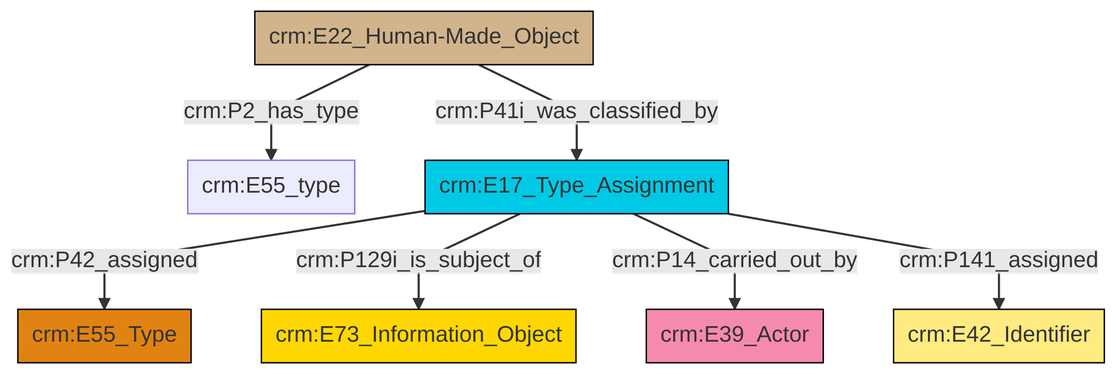
Above: et/builtWorkCSV/ttl/mmd/png/Built_Work_designation_status.png in swiss-art-research-net/docs.swissartresearch (Mermaid), before the change. Its source is kept beside it as et/builtWorkCSV/ttl/mmd/Built_Work_designation_status.ttl.mmd.
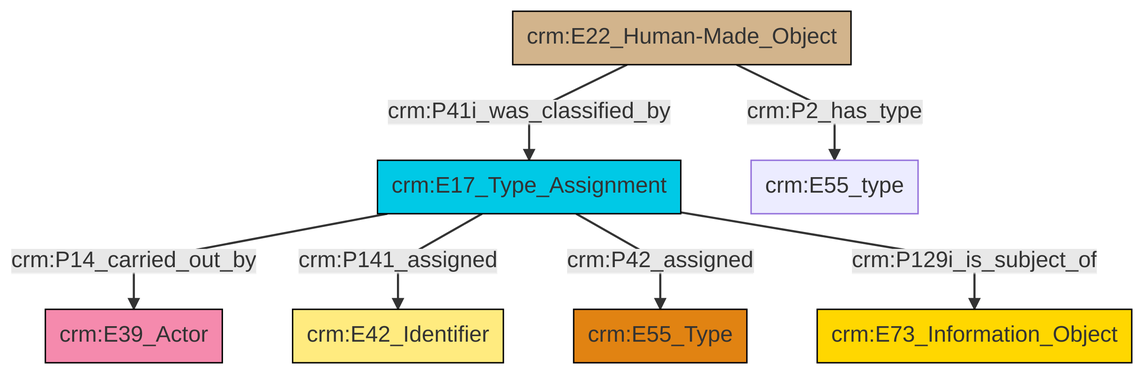
After the commit.

What changed in the source:
```diff
@@ -13,9 +13,9 @@
 classDef PC_Classes fill:#4ce600, stroke:#000000;
 classDef Multi fill:#cccccc,stroke:#000000;
 
-2["crm:E17_Type_Assignment"]:::Temporal_Entity -->|crm:P42_assigned| 3["crm:E55_Type"]:::Type
-2["crm:E17_Type_Assignment"]:::Temporal_Entity -->|crm:P129i_is_subject_of| 4["crm:E73_Information_Object"]:::Conceptual_Object
-2["crm:E17_Type_Assignment"]:::Temporal_Entity -->|crm:P14_carried_out_by| 9["crm:E39_Actor"]:::Actor
-2["crm:E17_Type_Assignment"]:::Temporal_Entity -->|crm:P141_assigned| 12["crm:E42_Identifier"]:::Appellation
-5["crm:E22_Human-Made_Object"]:::Physical_Thing -->|crm:P41i_was_classified_by| 2["crm:E17_Type_Assignment"]:::Temporal_Entity
-5["crm:E22_Human-Made_Object"]:::Physical_Thing -->|crm:P2_has_type| 0["crm:E55_type"]:::Default
+2["crm:E17_Type_Assignment"]:::Temporal_Entity -->|crm:P14_carried_out_by| 3["crm:E39_Actor"]:::Actor
+0["crm:E22_Human-Made_Object"]:::Physical_Thing -->|crm:P2_has_type| 8["crm:E55_type"]:::Default
+2["crm:E17_Type_Assignment"]:::Temporal_Entity -->|crm:P141_assigned| 9["crm:E42_Identifier"]:::Appellation
+2["crm:E17_Type_Assignment"]:::Temporal_Entity -->|crm:P42_assigned| 5["crm:E55_Type"]:::Type
+2["crm:E17_Type_Assignment"]:::Temporal_Entity -->|crm:P129i_is_subject_of| 12["crm:E73_Information_Object"]:::Conceptual_Object
+0["crm:E22_Human-Made_Object"]:::Physical_Thing -->|crm:P41i_was_classified_by| 2["crm:E17_Type_Assignment"]:::Temporal_Entity
```
